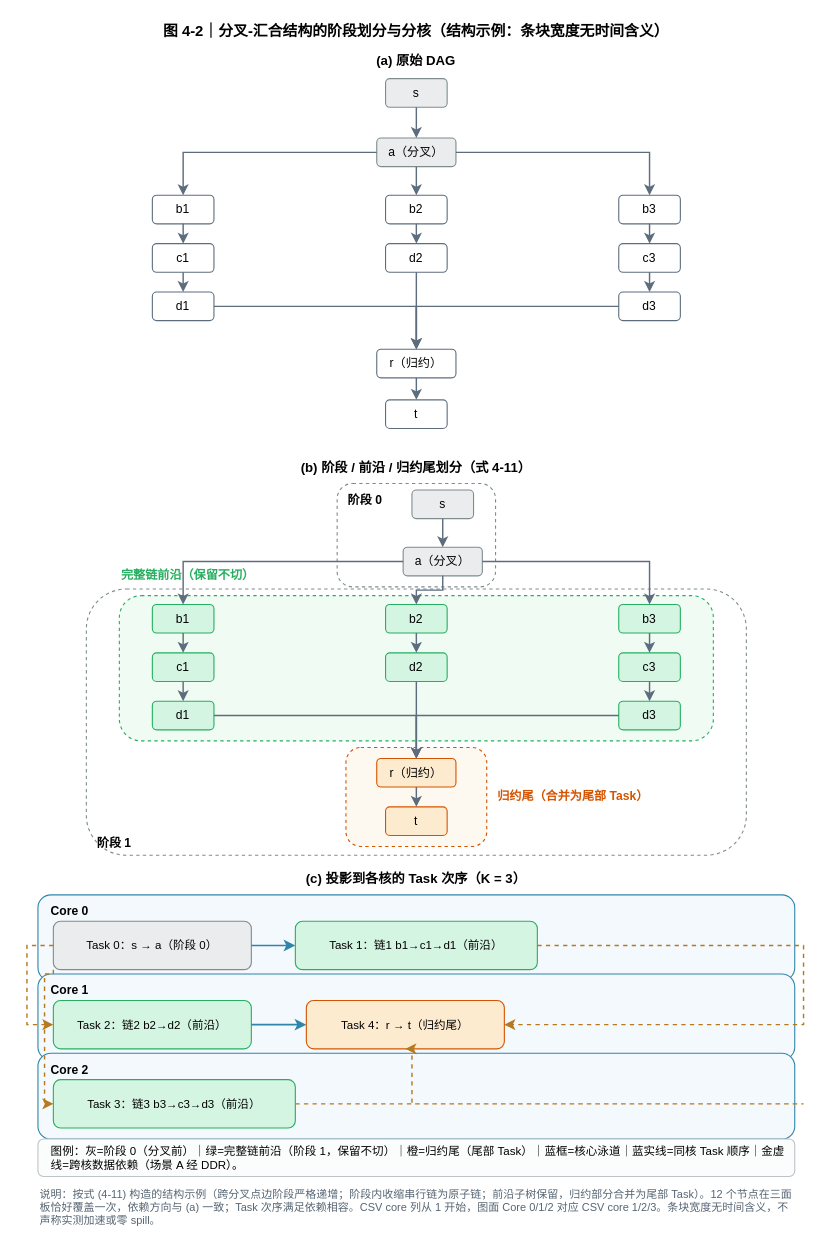
Vioano/huaweicup2026 keeps this draw.io diagram as figures/a/jia-fig4-2-20260926/fig4-2-fork-join-partition.drawio. Above is the earlier version. Source tidied: cells renumbered, new cells numbered last; positions are measured from the earlier drawing's top-left corner, leaving out a move shared by most shapes. Both pictures are drawn from the tidied source at 110%, with x=0, y=0 at pixel (26, 19).
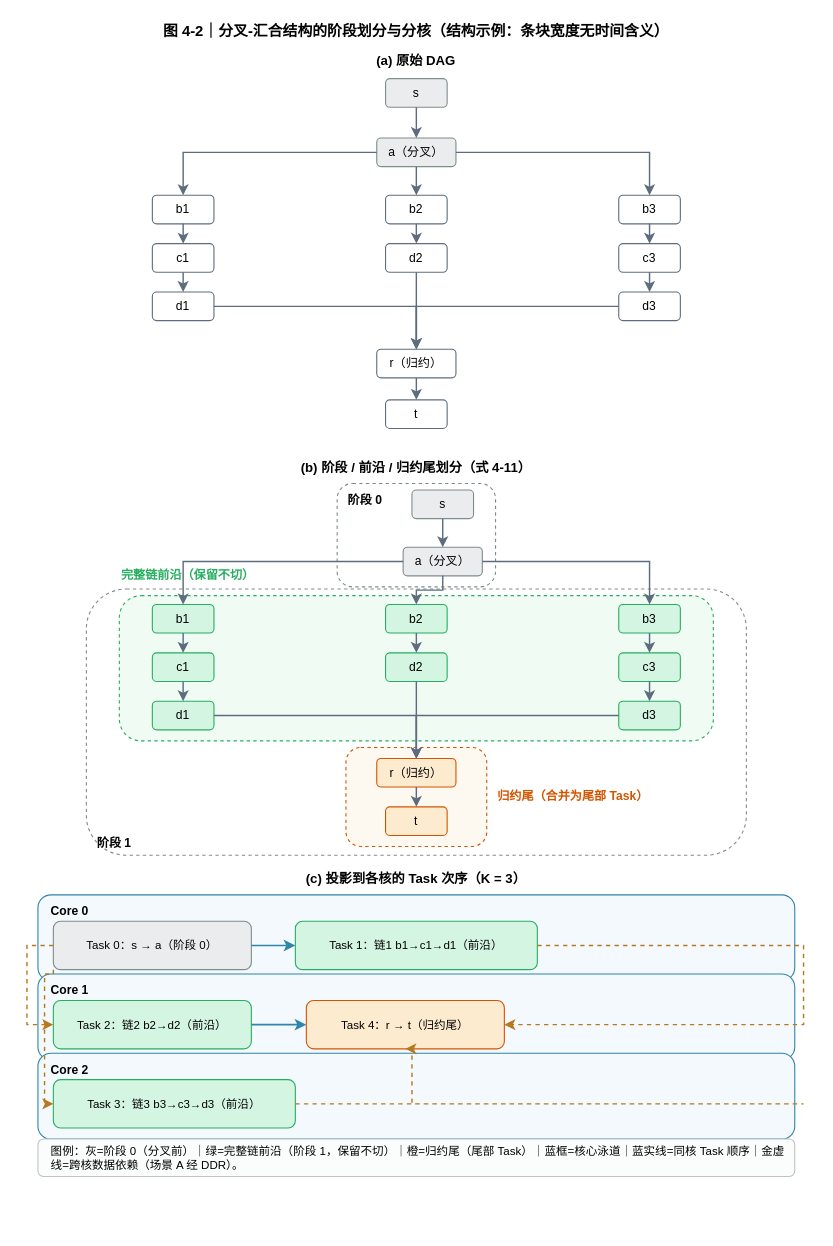
The same page after the edit.

Commit message (it also covers changes not shown here):
figures(4-1/4-2) v6-final: independent title bands, candBox exit rerouted, 4-2 vertical compaction (viewBox 724x1054, 240.2mm @165mm within text height), hashes recomputed after all edits

Diff of the diagram source:
```diff
@@
-    <mxCell id="77" value="说明：按式 (4-11) 构造的结构示例（跨分叉点边阶段严格递增；阶段内收缩串行链为原子链；前沿子树保留，归约部分合并为尾部 Task）。12 个节点在三面板恰好覆盖一次，依赖方向与 (a) 一致；Task 次序满足依赖相容。CSV core 列从 1 开始，图面 Core 0/1/2 对应 CSV core 1/2/3。条块宽度无时间含义，不声称实测加速或零 spill。" style="text;html=1;strokeColor=none;fillColor=none;align=left;verticalAlign=top;whiteSpace=wrap;rounded=0;fontSize=10;fontColor=#566573;fontFamily=Microsoft YaHei;" parent="1" vertex="1">
-      <mxGeometry x="10" y="1056" width="688" height="34" as="geometry" />
-    </mxCell>
```
